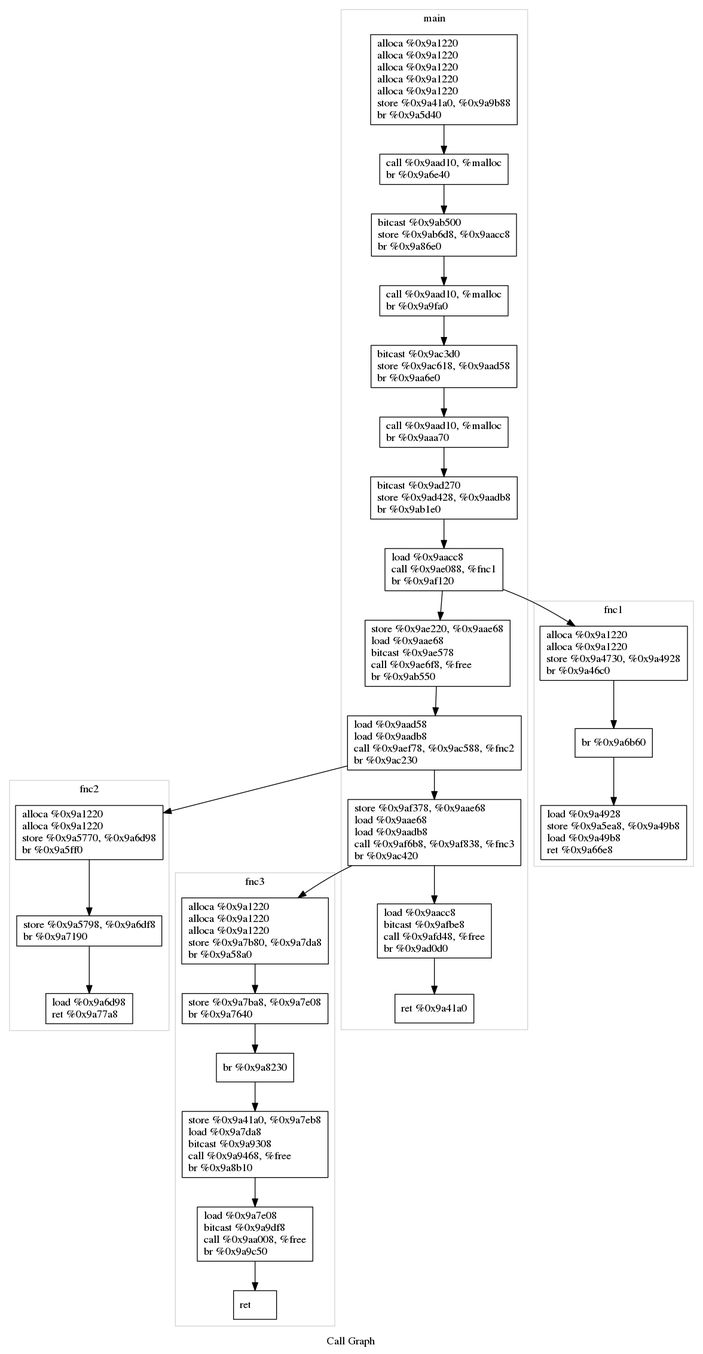
Earlier version of the Graphviz export graph.png (posjkh22/DrawCallGraph). Its source is kept beside it as graph.dot.
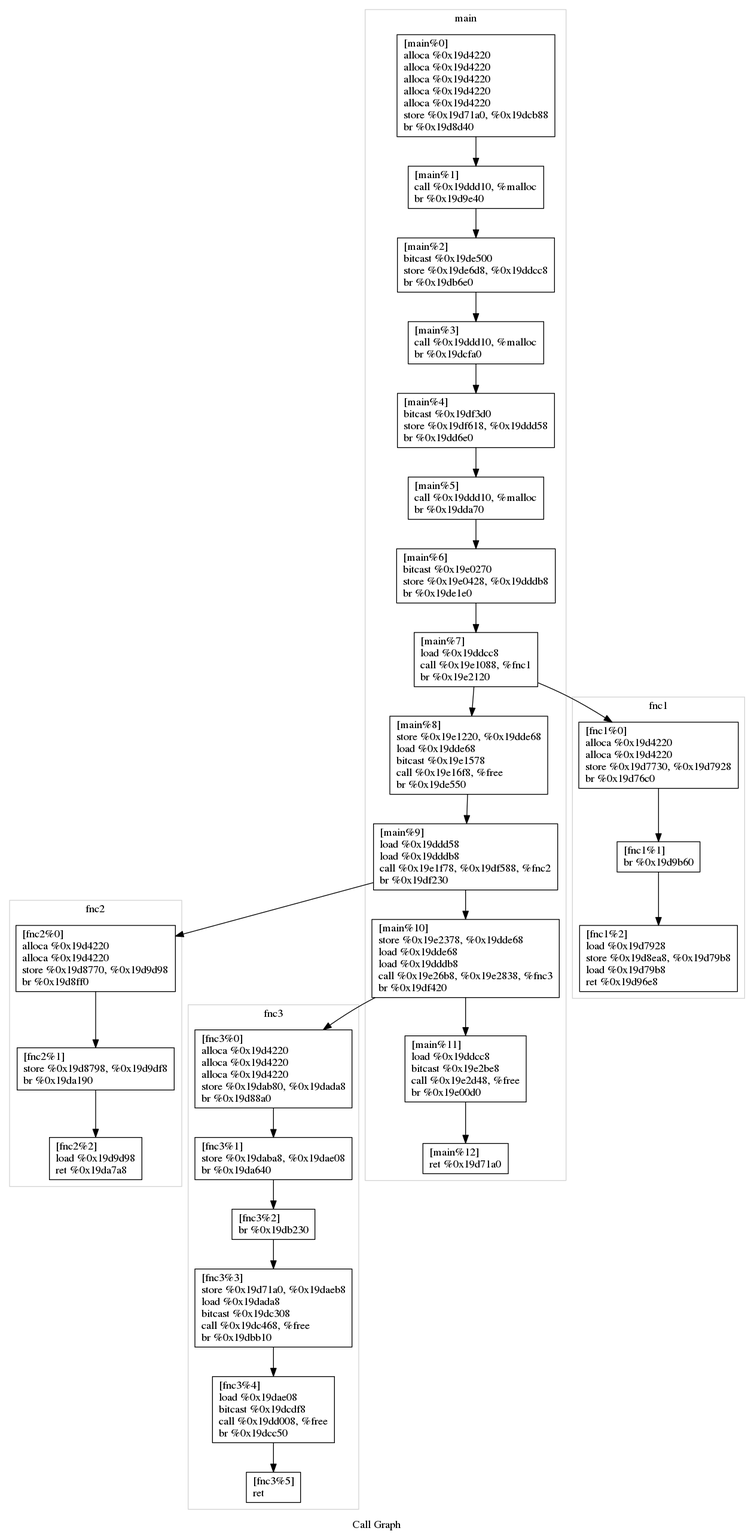
Above is the later version.

Change to the diagram source:
```diff
@@ -4,22 +4,25 @@
 	subgraph cluster_0 {
 		color=lightgrey;
 		label="fnc1";
-		Node0x9a4860 [shape=record, label="{
-				alloca %0x9a1220\l
-				alloca %0x9a1220\l
-				store %0x9a4730, %0x9a4928\l
-				br %0x9a46c0\l
+		Node0x19d7860 [shape=record, label="{
+				[fnc1%0]\l
+				alloca %0x19d4220\l
+				alloca %0x19d4220\l
+				store %0x19d7730, %0x19d7928\l
+				br %0x19d76c0\l
 			}"];
-		Node0x9a4860 -> Node0x9a46c0;
-		Node0x9a46c0 [shape=record, label="{
-				br %0x9a6b60\l
+		Node0x19d7860 -> Node0x19d76c0;
+		Node0x19d76c0 [shape=record, label="{
+				[fnc1%1]\l
+				br %0x19d9b60\l
 			}"];
-		Node0x9a46c0 -> Node0x9a6b60;
-		Node0x9a6b60 [shape=record, label="{
-				load %0x9a4928\l
-				store %0x9a5ea8, %0x9a49b8\l
-				load %0x9a49b8\l
-				ret %0x9a66e8\l
+		Node0x19d76c0 -> Node0x19d9b60;
+		Node0x19d9b60 [shape=record, label="{
+				[fnc1%2]\l
+				load %0x19d7928\l
+				store %0x19d8ea8, %0x19d79b8\l
+				load %0x19d79b8\l
+				ret %0x19d96e8\l
 			}"];
 	}
 	subgraph cluster_1 {
@@ -29,59 +32,68 @@
 	subgraph cluster_2 {
 		color=lightgrey;
 		label="fnc2";
-		Node0x9a6cf0 [shape=record, label="{
-				alloca %0x9a1220\l
-				alloca %0x9a1220\l
-				store %0x9a5770, %0x9a6d98\l
-				br %0x9a5ff0\l
+		Node0x19d9cf0 [shape=record, label="{
+				[fnc2%0]\l
+				alloca %0x19d4220\l
+				alloca %0x19d4220\l
+				store %0x19d8770, %0x19d9d98\l
+				br %0x19d8ff0\l
 			}"];
-		Node0x9a6cf0 -> Node0x9a5ff0;
-		Node0x9a5ff0 [shape=record, label="{
-				store %0x9a5798, %0x9a6df8\l
-				br %0x9a7190\l
+		Node0x19d9cf0 -> Node0x19d8ff0;
+		Node0x19d8ff0 [shape=record, label="{
+				[fnc2%1]\l
+				store %0x19d8798, %0x19d9df8\l
+				br %0x19da190\l
 			}"];
-		Node0x9a5ff0 -> Node0x9a7190;
-		Node0x9a7190 [shape=record, label="{
-				load %0x9a6d98\l
-				ret %0x9a77a8\l
+		Node0x19d8ff0 -> Node0x19da190;
+		Node0x19da190 [shape=record, label="{
+				[fnc2%2]\l
+				load %0x19d9d98\l
+				ret %0x19da7a8\l
 			}"];
 	}
 	subgraph cluster_3 {
 		color=lightgrey;
 		label="fnc3";
-		Node0x9a7d00 [shape=record, label="{
-				alloca %0x9a1220\l
-				alloca %0x9a1220\l
-				alloca %0x9a1220\l
-				store %0x9a7b80, %0x9a7da8\l
-				br %0x9a58a0\l
+		Node0x19dad00 [shape=record, label="{
+				[fnc3%0]\l
+				alloca %0x19d4220\l
+				alloca %0x19d4220\l
+				alloca %0x19d4220\l
+				store %0x19dab80, %0x19dada8\l
+				br %0x19d88a0\l
 			}"];
-		Node0x9a7d00 -> Node0x9a58a0;
-		Node0x9a58a0 [shape=record, label="{
-				store %0x9a7ba8, %0x9a7e08\l
-				br %0x9a7640\l
+		Node0x19dad00 -> Node0x19d88a0;
+		Node0x19d88a0 [shape=record, label="{
+				[fnc3%1]\l
+				store %0x19daba8, %0x19dae08\l
+				br %0x19da640\l
 			}"];
-		Node0x9a58a0 -> Node0x9a7640;
-		Node0x9a7640 [shape=record, label="{
-				br %0x9a8230\l
+		Node0x19d88a0 -> Node0x19da640;
+		Node0x19da640 [shape=record, label="{
+				[fnc3%2]\l
+				br %0x19db230\l
 			}"];
-		Node0x9a7640 -> Node0x9a8230;
-		Node0x9a8230 [shape=record, label="{
-				store %0x9a41a0, %0x9a7eb8\l
-				load %0x9a7da8\l
-				bitcast %0x9a9308\l
-				call %0x9a9468, %free\l
-				br %0x9a8b10\l
+		Node0x19da640 -> Node0x19db230;
+		Node0x19db230 [shape=record, label="{
+				[fnc3%3]\l
+				store %0x19d71a0, %0x19daeb8\l
+				load %0x19dada8\l
+				bitcast %0x19dc308\l
+				call %0x19dc468, %free\l
+				br %0x19dbb10\l
 			}"];
-		Node0x9a8230 -> Node0x9a8b10;
-		Node0x9a8b10 [shape=record, label="{
-				load %0x9a7e08\l
-				bitcast %0x9a9df8\l
-				call %0x9aa008, %free\l
-				br %0x9a9c50\l
+		Node0x19db230 -> Node0x19dbb10;
+		Node0x19dbb10 [shape=record, label="{
+				[fnc3%4]\l
+				load %0x19dae08\l
+				bitcast %0x19dcdf8\l
+				call %0x19dd008, %free\l
+				br %0x19dcc50\l
 			}"];
-		Node0x9a8b10 -> Node0x9a9c50;
-		Node0x9a9c50 [shape=record, label="{
+		Node0x19dbb10 -> Node0x19dcc50;
+		Node0x19dcc50 [shape=record, label="{
+				[fnc3%5]\l
 				ret \l
 			}"];
 	}
@@ -92,94 +104,107 @@
 	subgraph cluster_5 {
 		color=lightgrey;
 		label="main";
-		Node0x9aabe0 [shape=record, label="{
-				alloca %0x9a1220\l
-				alloca %0x9a1220\l
-				alloca %0x9a1220\l
-				alloca %0x9a1220\l
-				alloca %0x9a1220\l
-				store %0x9a41a0, %0x9a9b88\l
-				br %0x9a5d40\l
+		Node0x19ddbe0 [shape=record, label="{
+				[main%0]\l
+				alloca %0x19d4220\l
+				alloca %0x19d4220\l
+				alloca %0x19d4220\l
+				alloca %0x19d4220\l
+				alloca %0x19d4220\l
+				store %0x19d71a0, %0x19dcb88\l
+				br %0x19d8d40\l
 			}"];
-		Node0x9aabe0 -> Node0x9a5d40;
-		Node0x9a5d40 [shape=record, label="{
-				call %0x9aad10, %malloc\l
-				br %0x9a6e40\l
+		Node0x19ddbe0 -> Node0x19d8d40;
+		Node0x19d8d40 [shape=record, label="{
+				[main%1]\l
+				call %0x19ddd10, %malloc\l
+				br %0x19d9e40\l
 			}"];
-		Node0x9a5d40 -> Node0x9a6e40;
-		Node0x9a6e40 [shape=record, label="{
-				bitcast %0x9ab500\l
-				store %0x9ab6d8, %0x9aacc8\l
-				br %0x9a86e0\l
+		Node0x19d8d40 -> Node0x19d9e40;
+		Node0x19d9e40 [shape=record, label="{
+				[main%2]\l
+				bitcast %0x19de500\l
+				store %0x19de6d8, %0x19ddcc8\l
+				br %0x19db6e0\l
 			}"];
-		Node0x9a6e40 -> Node0x9a86e0;
-		Node0x9a86e0 [shape=record, label="{
-				call %0x9aad10, %malloc\l
-				br %0x9a9fa0\l
+		Node0x19d9e40 -> Node0x19db6e0;
+		Node0x19db6e0 [shape=record, label="{
+				[main%3]\l
+				call %0x19ddd10, %malloc\l
+				br %0x19dcfa0\l
 			}"];
-		Node0x9a86e0 -> Node0x9a9fa0;
-		Node0x9a9fa0 [shape=record, label="{
-				bitcast %0x9ac3d0\l
-				store %0x9ac618, %0x9aad58\l
-				br %0x9aa6e0\l
+		Node0x19db6e0 -> Node0x19dcfa0;
+		Node0x19dcfa0 [shape=record, label="{
+				[main%4]\l
+				bitcast %0x19df3d0\l
+				store %0x19df618, %0x19ddd58\l
+				br %0x19dd6e0\l
 			}"];
-		Node0x9a9fa0 -> Node0x9aa6e0;
-		Node0x9aa6e0 [shape=record, label="{
-				call %0x9aad10, %malloc\l
-				br %0x9aaa70\l
+		Node0x19dcfa0 -> Node0x19dd6e0;
+		Node0x19dd6e0 [shape=record, label="{
+				[main%5]\l
+				call %0x19ddd10, %malloc\l
+				br %0x19dda70\l
 			}"];
-		Node0x9aa6e0 -> Node0x9aaa70;
-		Node0x9aaa70 [shape=record, label="{
-				bitcast %0x9ad270\l
-				store %0x9ad428, %0x9aadb8\l
-				br %0x9ab1e0\l
+		Node0x19dd6e0 -> Node0x19dda70;
+		Node0x19dda70 [shape=record, label="{
+				[main%6]\l
+				bitcast %0x19e0270\l
+				store %0x19e0428, %0x19dddb8\l
+				br %0x19de1e0\l
 			}"];
-		Node0x9aaa70 -> Node0x9ab1e0;
-		Node0x9ab1e0 [shape=record, label="{
-				load %0x9aacc8\l
-				call %0x9ae088, %fnc1\l
-				br %0x9af120\l
+		Node0x19dda70 -> Node0x19de1e0;
+		Node0x19de1e0 [shape=record, label="{
+				[main%7]\l
+				load %0x19ddcc8\l
+				call %0x19e1088, %fnc1\l
+				br %0x19e2120\l
 			}"];
-		Node0x9ab1e0 -> Node0x9af120;
-		Node0x9af120 [shape=record, label="{
-				store %0x9ae220, %0x9aae68\l
-				load %0x9aae68\l
-				bitcast %0x9ae578\l
-				call %0x9ae6f8, %free\l
-				br %0x9ab550\l
+		Node0x19de1e0 -> Node0x19e2120;
+		Node0x19e2120 [shape=record, label="{
+				[main%8]\l
+				store %0x19e1220, %0x19dde68\l
+				load %0x19dde68\l
+				bitcast %0x19e1578\l
+				call %0x19e16f8, %free\l
+				br %0x19de550\l
 			}"];
-		Node0x9af120 -> Node0x9ab550;
-		Node0x9ab550 [shape=record, label="{
-				load %0x9aad58\l
-				load %0x9aadb8\l
-				call %0x9aef78, %0x9ac588, %fnc2\l
-				br %0x9ac230\l
+		Node0x19e2120 -> Node0x19de550;
+		Node0x19de550 [shape=record, label="{
+				[main%9]\l
+				load %0x19ddd58\l
+				load %0x19dddb8\l
+				call %0x19e1f78, %0x19df588, %fnc2\l
+				br %0x19df230\l
 			}"];
-		Node0x9ab550 -> Node0x9ac230;
-		Node0x9ac230 [shape=record, label="{
-				store %0x9af378, %0x9aae68\l
-				load %0x9aae68\l
-				load %0x9aadb8\l
-				call %0x9af6b8, %0x9af838, %fnc3\l
-				br %0x9ac420\l
+		Node0x19de550 -> Node0x19df230;
+		Node0x19df230 [shape=record, label="{
+				[main%10]\l
+				store %0x19e2378, %0x19dde68\l
+				load %0x19dde68\l
+				load %0x19dddb8\l
+				call %0x19e26b8, %0x19e2838, %fnc3\l
+				br %0x19df420\l
 			}"];
-		Node0x9ac230 -> Node0x9ac420;
-		Node0x9ac420 [shape=record, label="{
-				load %0x9aacc8\l
-				bitcast %0x9afbe8\l
-				call %0x9afd48, %free\l
-				br %0x9ad0d0\l
+		Node0x19df230 -> Node0x19df420;
+		Node0x19df420 [shape=record, label="{
+				[main%11]\l
+				load %0x19ddcc8\l
+				bitcast %0x19e2be8\l
+				call %0x19e2d48, %free\l
+				br %0x19e00d0\l
 			}"];
-		Node0x9ac420 -> Node0x9ad0d0;
-		Node0x9ad0d0 [shape=record, label="{
-				ret %0x9a41a0\l
+		Node0x19df420 -> Node0x19e00d0;
+		Node0x19e00d0 [shape=record, label="{
+				[main%12]\l
+				ret %0x19d71a0\l
 			}"];
 	}
 	subgraph cluster_6 {
 		color=lightgrey;
 		label="malloc";
 	}
-	Node0x9ab1e0 -> Node0x9a4860
-	Node0x9ab550 -> Node0x9a6cf0
-	Node0x9ac230 -> Node0x9a7d00
+	Node0x19de1e0 -> Node0x19d7860
+	Node0x19de550 -> Node0x19d9cf0
+	Node0x19df230 -> Node0x19dad00
 }
```
